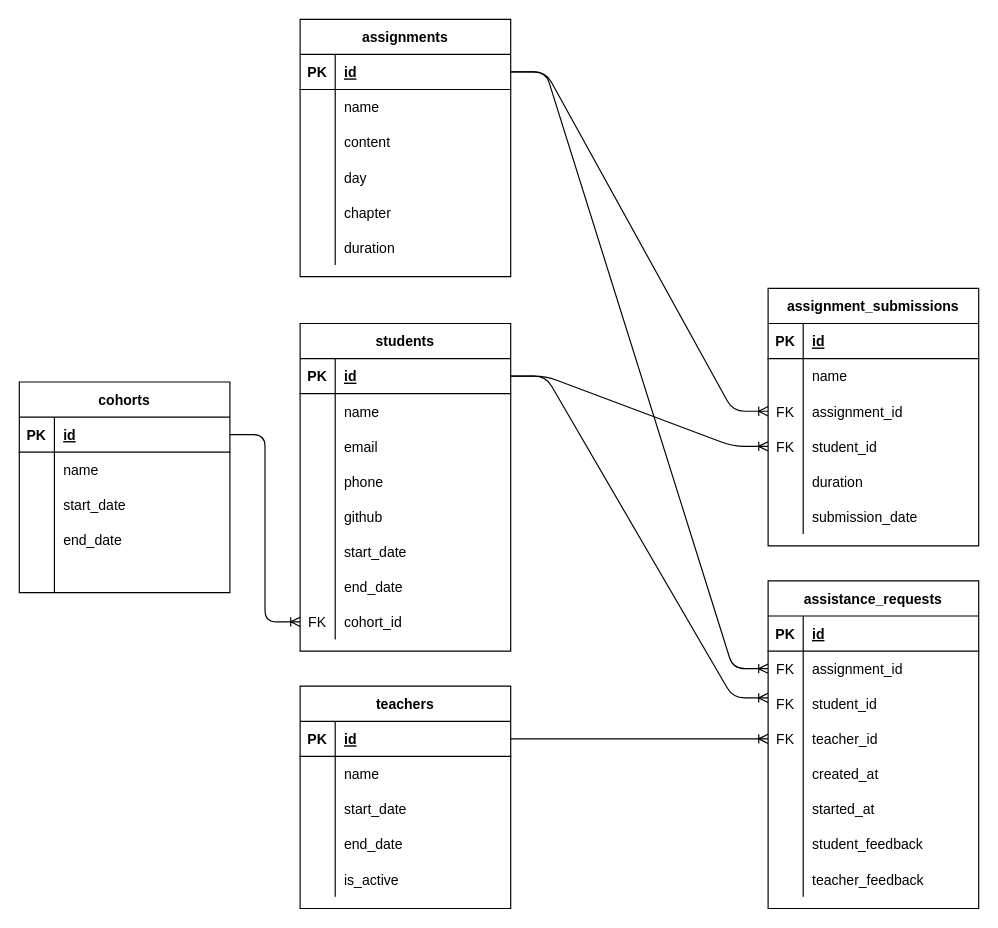
The draw.io diagram assistance requets.drawio in souredoutlook/Bootcampx, before the edit. Source tidied: cells renumbered, new cells numbered last; positions are measured from the earlier drawing's top-left corner, leaving out a move shared by most shapes. Both pictures are drawn from the tidied source at 117%, with x=0, y=0 at pixel (19, 19).
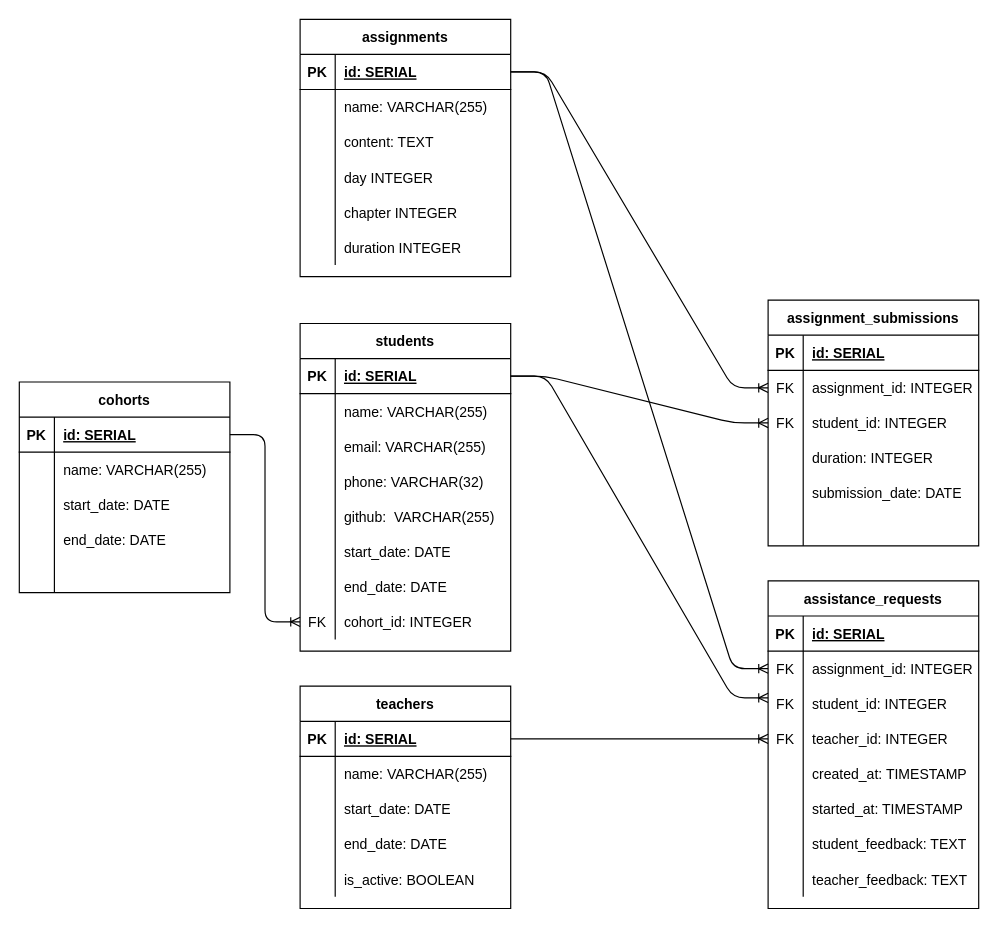
After the change.

Unchanged cells that the change refers to:
```xml
<mxCell id="4" style="shape=partialRectangle;fillColor=none;top=0;left=0;bottom=1;right=0;points=[[0,0.5],[1,0.5]];portConstraint=eastwest;" parent="3" vertex="1">
<mxCell id="7" style="shape=partialRectangle;fillColor=none;top=0;left=0;bottom=0;right=0;" parent="3" vertex="1">
<mxCell id="10" style="shape=partialRectangle;fillColor=none;top=0;left=0;bottom=0;right=0;" parent="3" vertex="1">
<mxCell id="13" style="shape=partialRectangle;fillColor=none;top=0;left=0;bottom=0;right=0;" parent="3" vertex="1">
<mxCell id="16" style="shape=partialRectangle;fillColor=none;top=0;left=0;bottom=0;right=0;" parent="3" vertex="1">
<mxCell id="20" style="shape=partialRectangle;fillColor=none;top=0;left=0;bottom=1;right=0;" parent="19" vertex="1">
<mxCell id="23" style="shape=partialRectangle;fillColor=none;top=0;left=0;bottom=0;right=0;points=[[0,0.5],[1,0.5]];portConstraint=eastwest;" parent="19" vertex="1">
<mxCell id="26" style="shape=partialRectangle;fillColor=none;top=0;left=0;bottom=0;right=0;" parent="19" vertex="1">
<mxCell id="29" style="shape=partialRectangle;fillColor=none;top=0;left=0;bottom=0;right=0;points=[[0,0.5],[1,0.5]];portConstraint=eastwest;" parent="19" vertex="1">
<mxCell id="32" style="shape=partialRectangle;fillColor=none;top=0;left=0;bottom=0;right=0;" parent="19" vertex="1">
<mxCell id="35" style="shape=partialRectangle;fillColor=none;top=0;left=0;bottom=0;right=0;" parent="19" vertex="1">
<mxCell id="38" style="shape=partialRectangle;fillColor=none;top=0;left=0;bottom=0;right=0;" parent="19" vertex="1">
<mxCell id="41" style="shape=partialRectangle;fillColor=none;top=0;left=0;bottom=0;right=0;" parent="19" vertex="1">
<mxCell id="45" style="shape=partialRectangle;fillColor=none;top=0;left=0;bottom=1;right=0;points=[[0,0.5],[1,0.5]];portConstraint=eastwest;" parent="44" vertex="1">
<mxCell id="48" style="shape=partialRectangle;fillColor=none;top=0;left=0;bottom=0;right=0;" parent="44" vertex="1">
<mxCell id="51" style="shape=partialRectangle;fillColor=none;top=0;left=0;bottom=0;right=0;" parent="44" vertex="1">
<mxCell id="54" style="shape=partialRectangle;fillColor=none;top=0;left=0;bottom=0;right=0;" parent="44" vertex="1">
<mxCell id="57" style="shape=partialRectangle;fillColor=none;top=0;left=0;bottom=0;right=0;" parent="44" vertex="1">
<mxCell id="60" style="shape=partialRectangle;fillColor=none;top=0;left=0;bottom=0;right=0;" parent="44" vertex="1">
<mxCell id="63" style="shape=partialRectangle;fillColor=none;top=0;left=0;bottom=0;right=0;" parent="44" vertex="1">
<mxCell id="66" style="shape=partialRectangle;fillColor=none;top=0;left=0;bottom=0;right=0;points=[[0,0.5],[1,0.5]];portConstraint=eastwest;" parent="44" vertex="1">
<mxCell id="70" style="shape=partialRectangle;fillColor=none;top=0;left=0;bottom=1;right=0;points=[[0,0.5],[1,0.5]];portConstraint=eastwest;" parent="69" vertex="1">
<mxCell id="73" style="shape=partialRectangle;fillColor=none;top=0;left=0;bottom=0;right=0;" parent="69" vertex="1">
<mxCell id="76" style="shape=partialRectangle;fillColor=none;top=0;left=0;bottom=0;right=0;" parent="69" vertex="1">
<mxCell id="79" style="shape=partialRectangle;fillColor=none;top=0;left=0;bottom=0;right=0;" parent="69" vertex="1">
<mxCell id="86" style="shape=partialRectangle;fillColor=none;top=0;left=0;bottom=1;right=0;points=[[0,0.5],[1,0.5]];portConstraint=eastwest;" parent="85" vertex="1">
<mxCell id="89" style="shape=partialRectangle;fillColor=none;top=0;left=0;bottom=0;right=0;" parent="85" vertex="1">
<mxCell id="92" style="shape=partialRectangle;fillColor=none;top=0;left=0;bottom=0;right=0;" parent="85" vertex="1">
<mxCell id="95" style="shape=partialRectangle;fillColor=none;top=0;left=0;bottom=0;right=0;" parent="85" vertex="1">
<mxCell id="98" style="shape=partialRectangle;fillColor=none;top=0;left=0;bottom=0;right=0;" parent="85" vertex="1">
<mxCell id="101" style="shape=partialRectangle;fillColor=none;top=0;left=0;bottom=0;right=0;" parent="85" vertex="1">
<mxCell id="105" style="shape=partialRectangle;fillColor=none;top=0;left=0;bottom=1;right=0;" parent="104" vertex="1">
<mxCell id="120" style="shape=partialRectangle;fillColor=none;top=0;left=0;bottom=0;right=0;" parent="104" vertex="1">
```

Diff of the diagram source:
```diff
@@
-    <mxCell id="6" value="id" style="shape=partialRectangle;fillColor=none;top=0;left=0;bottom=0;right=0;align=left;spacingLeft=6;fontStyle=5;overflow=hidden;" parent="4" vertex="1">
+    <mxCell id="6" value="id: SERIAL" style="shape=partialRectangle;fillColor=none;top=0;left=0;bottom=0;right=0;align=left;spacingLeft=6;fontStyle=5;overflow=hidden;" parent="4" vertex="1">
       <mxGeometry x="30" width="150" height="30" as="geometry" />
     </mxCell>
@@
-    <mxCell id="9" value="name" style="shape=partialRectangle;fillColor=none;top=0;left=0;bottom=0;right=0;align=left;spacingLeft=6;overflow=hidden;" parent="7" vertex="1">
+    <mxCell id="9" value="name: VARCHAR(255)" style="shape=partialRectangle;fillColor=none;top=0;left=0;bottom=0;right=0;align=left;spacingLeft=6;overflow=hidden;" parent="7" vertex="1">
       <mxGeometry x="30" width="150" height="30" as="geometry" />
     </mxCell>
@@
-    <mxCell id="12" value="start_date" style="shape=partialRectangle;fillColor=none;top=0;left=0;bottom=0;right=0;align=left;spacingLeft=6;overflow=hidden;" parent="10" vertex="1">
+    <mxCell id="12" value="start_date: DATE" style="shape=partialRectangle;fillColor=none;top=0;left=0;bottom=0;right=0;align=left;spacingLeft=6;overflow=hidden;" parent="10" vertex="1">
       <mxGeometry x="30" width="150" height="30" as="geometry" />
     </mxCell>
@@
-    <mxCell id="15" value="end_date" style="shape=partialRectangle;fillColor=none;top=0;left=0;bottom=0;right=0;align=left;spacingLeft=6;overflow=hidden;" parent="13" vertex="1">
+    <mxCell id="15" value="end_date: DATE" style="shape=partialRectangle;fillColor=none;top=0;left=0;bottom=0;right=0;align=left;spacingLeft=6;overflow=hidden;" parent="13" vertex="1">
       <mxGeometry x="30" width="150" height="30" as="geometry" />
     </mxCell>
@@
-    <mxCell id="18" value="is_active" style="shape=partialRectangle;fillColor=none;top=0;left=0;bottom=0;right=0;align=left;spacingLeft=6;overflow=hidden;" parent="16" vertex="1">
+    <mxCell id="18" value="is_active: BOOLEAN" style="shape=partialRectangle;fillColor=none;top=0;left=0;bottom=0;right=0;align=left;spacingLeft=6;overflow=hidden;" parent="16" vertex="1">
       <mxGeometry x="30" width="150" height="30" as="geometry" />
     </mxCell>
@@
-    <mxCell id="22" value="id" style="shape=partialRectangle;fillColor=none;top=0;left=0;bottom=0;right=0;align=left;spacingLeft=6;fontStyle=5;overflow=hidden;" parent="20" vertex="1">
+    <mxCell id="22" value="id: SERIAL" style="shape=partialRectangle;fillColor=none;top=0;left=0;bottom=0;right=0;align=left;spacingLeft=6;fontStyle=5;overflow=hidden;" parent="20" vertex="1">
       <mxGeometry x="30" width="150" height="30" as="geometry" />
     </mxCell>
@@
-    <mxCell id="25" value="assignment_id" style="shape=partialRectangle;fillColor=none;top=0;left=0;bottom=0;right=0;align=left;spacingLeft=6;overflow=hidden;" parent="23" vertex="1">
+    <mxCell id="25" value="assignment_id: INTEGER" style="shape=partialRectangle;fillColor=none;top=0;left=0;bottom=0;right=0;align=left;spacingLeft=6;overflow=hidden;" parent="23" vertex="1">
       <mxGeometry x="30" width="150" height="30" as="geometry" />
     </mxCell>
@@
-    <mxCell id="28" value="student_id" style="shape=partialRectangle;fillColor=none;top=0;left=0;bottom=0;right=0;align=left;spacingLeft=6;overflow=hidden;" parent="26" vertex="1">
+    <mxCell id="28" value="student_id: INTEGER" style="shape=partialRectangle;fillColor=none;top=0;left=0;bottom=0;right=0;align=left;spacingLeft=6;overflow=hidden;" parent="26" vertex="1">
       <mxGeometry x="30" width="150" height="30" as="geometry" />
     </mxCell>
@@
-    <mxCell id="31" value="teacher_id" style="shape=partialRectangle;fillColor=none;top=0;left=0;bottom=0;right=0;align=left;spacingLeft=6;overflow=hidden;" parent="29" vertex="1">
+    <mxCell id="31" value="teacher_id: INTEGER" style="shape=partialRectangle;fillColor=none;top=0;left=0;bottom=0;right=0;align=left;spacingLeft=6;overflow=hidden;" parent="29" vertex="1">
       <mxGeometry x="30" width="150" height="30" as="geometry" />
     </mxCell>
@@
-    <mxCell id="34" value="created_at" style="shape=partialRectangle;fillColor=none;top=0;left=0;bottom=0;right=0;align=left;spacingLeft=6;overflow=hidden;" parent="32" vertex="1">
+    <mxCell id="34" value="created_at: TIMESTAMP" style="shape=partialRectangle;fillColor=none;top=0;left=0;bottom=0;right=0;align=left;spacingLeft=6;overflow=hidden;" parent="32" vertex="1">
       <mxGeometry x="30" width="150" height="30" as="geometry" />
     </mxCell>
@@
-    <mxCell id="37" value="started_at" style="shape=partialRectangle;fillColor=none;top=0;left=0;bottom=0;right=0;align=left;spacingLeft=6;overflow=hidden;" parent="35" vertex="1">
+    <mxCell id="37" value="started_at: TIMESTAMP" style="shape=partialRectangle;fillColor=none;top=0;left=0;bottom=0;right=0;align=left;spacingLeft=6;overflow=hidden;" parent="35" vertex="1">
       <mxGeometry x="30" width="150" height="30" as="geometry" />
     </mxCell>
@@
-    <mxCell id="40" value="student_feedback" style="shape=partialRectangle;fillColor=none;top=0;left=0;bottom=0;right=0;align=left;spacingLeft=6;overflow=hidden;" parent="38" vertex="1">
+    <mxCell id="40" value="student_feedback: TEXT" style="shape=partialRectangle;fillColor=none;top=0;left=0;bottom=0;right=0;align=left;spacingLeft=6;overflow=hidden;" parent="38" vertex="1">
       <mxGeometry x="30" width="150" height="30" as="geometry" />
     </mxCell>
@@
-    <mxCell id="43" value="teacher_feedback" style="shape=partialRectangle;fillColor=none;top=0;left=0;bottom=0;right=0;align=left;spacingLeft=6;overflow=hidden;" parent="41" vertex="1">
+    <mxCell id="43" value="teacher_feedback: TEXT" style="shape=partialRectangle;fillColor=none;top=0;left=0;bottom=0;right=0;align=left;spacingLeft=6;overflow=hidden;" parent="41" vertex="1">
       <mxGeometry x="30" width="150" height="30" as="geometry" />
     </mxCell>
@@
-    <mxCell id="47" value="id" style="shape=partialRectangle;fillColor=none;top=0;left=0;bottom=0;right=0;align=left;spacingLeft=6;fontStyle=5;overflow=hidden;" parent="45" vertex="1">
+    <mxCell id="47" value="id: SERIAL" style="shape=partialRectangle;fillColor=none;top=0;left=0;bottom=0;right=0;align=left;spacingLeft=6;fontStyle=5;overflow=hidden;" parent="45" vertex="1">
       <mxGeometry x="30" width="150" height="30" as="geometry" />
     </mxCell>
@@
-    <mxCell id="50" value="name" style="shape=partialRectangle;fillColor=none;top=0;left=0;bottom=0;right=0;align=left;spacingLeft=6;overflow=hidden;" parent="48" vertex="1">
+    <mxCell id="50" value="name: VARCHAR(255)" style="shape=partialRectangle;fillColor=none;top=0;left=0;bottom=0;right=0;align=left;spacingLeft=6;overflow=hidden;" parent="48" vertex="1">
       <mxGeometry x="30" width="150" height="30" as="geometry" />
     </mxCell>
@@
-    <mxCell id="53" value="email" style="shape=partialRectangle;fillColor=none;top=0;left=0;bottom=0;right=0;align=left;spacingLeft=6;overflow=hidden;" parent="51" vertex="1">
+    <mxCell id="53" value="email: VARCHAR(255)" style="shape=partialRectangle;fillColor=none;top=0;left=0;bottom=0;right=0;align=left;spacingLeft=6;overflow=hidden;" parent="51" vertex="1">
       <mxGeometry x="30" width="150" height="30" as="geometry" />
     </mxCell>
@@
-    <mxCell id="56" value="phone" style="shape=partialRectangle;fillColor=none;top=0;left=0;bottom=0;right=0;align=left;spacingLeft=6;overflow=hidden;" parent="54" vertex="1">
+    <mxCell id="56" value="phone:  VARCHAR(32)" style="shape=partialRectangle;fillColor=none;top=0;left=0;bottom=0;right=0;align=left;spacingLeft=6;overflow=hidden;" parent="54" vertex="1">
       <mxGeometry x="30" width="150" height="30" as="geometry" />
     </mxCell>
@@
-    <mxCell id="59" value="github" style="shape=partialRectangle;fillColor=none;top=0;left=0;bottom=0;right=0;align=left;spacingLeft=6;overflow=hidden;" parent="57" vertex="1">
+    <mxCell id="59" value="github:  VARCHAR(255)" style="shape=partialRectangle;fillColor=none;top=0;left=0;bottom=0;right=0;align=left;spacingLeft=6;overflow=hidden;" parent="57" vertex="1">
       <mxGeometry x="30" width="150" height="30" as="geometry" />
     </mxCell>
@@
-    <mxCell id="62" value="start_date" style="shape=partialRectangle;fillColor=none;top=0;left=0;bottom=0;right=0;align=left;spacingLeft=6;overflow=hidden;" parent="60" vertex="1">
+    <mxCell id="62" value="start_date: DATE" style="shape=partialRectangle;fillColor=none;top=0;left=0;bottom=0;right=0;align=left;spacingLeft=6;overflow=hidden;" parent="60" vertex="1">
       <mxGeometry x="30" width="150" height="30" as="geometry" />
     </mxCell>
@@
-    <mxCell id="65" value="end_date" style="shape=partialRectangle;fillColor=none;top=0;left=0;bottom=0;right=0;align=left;spacingLeft=6;overflow=hidden;" parent="63" vertex="1">
+    <mxCell id="65" value="end_date: DATE" style="shape=partialRectangle;fillColor=none;top=0;left=0;bottom=0;right=0;align=left;spacingLeft=6;overflow=hidden;" parent="63" vertex="1">
       <mxGeometry x="30" width="150" height="30" as="geometry" />
     </mxCell>
@@
-    <mxCell id="68" value="cohort_id" style="shape=partialRectangle;fillColor=none;top=0;left=0;bottom=0;right=0;align=left;spacingLeft=6;overflow=hidden;" parent="66" vertex="1">
+    <mxCell id="68" value="cohort_id: INTEGER" style="shape=partialRectangle;fillColor=none;top=0;left=0;bottom=0;right=0;align=left;spacingLeft=6;overflow=hidden;" parent="66" vertex="1">
       <mxGeometry x="30" width="150" height="30" as="geometry" />
     </mxCell>
@@
-    <mxCell id="72" value="id" style="shape=partialRectangle;fillColor=none;top=0;left=0;bottom=0;right=0;align=left;spacingLeft=6;fontStyle=5;overflow=hidden;" parent="70" vertex="1">
+    <mxCell id="72" value="id: SERIAL" style="shape=partialRectangle;fillColor=none;top=0;left=0;bottom=0;right=0;align=left;spacingLeft=6;fontStyle=5;overflow=hidden;" parent="70" vertex="1">
       <mxGeometry x="30" width="150" height="30" as="geometry" />
     </mxCell>
@@
-    <mxCell id="75" value="name" style="shape=partialRectangle;fillColor=none;top=0;left=0;bottom=0;right=0;align=left;spacingLeft=6;overflow=hidden;" parent="73" vertex="1">
+    <mxCell id="75" value="name:  VARCHAR(255)" style="shape=partialRectangle;fillColor=none;top=0;left=0;bottom=0;right=0;align=left;spacingLeft=6;overflow=hidden;" parent="73" vertex="1">
       <mxGeometry x="30" width="150" height="30" as="geometry" />
     </mxCell>
@@
-    <mxCell id="78" value="start_date" style="shape=partialRectangle;fillColor=none;top=0;left=0;bottom=0;right=0;align=left;spacingLeft=6;overflow=hidden;" parent="76" vertex="1">
+    <mxCell id="78" value="start_date: DATE" style="shape=partialRectangle;fillColor=none;top=0;left=0;bottom=0;right=0;align=left;spacingLeft=6;overflow=hidden;" parent="76" vertex="1">
       <mxGeometry x="30" width="150" height="30" as="geometry" />
     </mxCell>
@@
-    <mxCell id="81" value="end_date" style="shape=partialRectangle;fillColor=none;top=0;left=0;bottom=0;right=0;align=left;spacingLeft=6;overflow=hidden;" parent="79" vertex="1">
+    <mxCell id="81" value="end_date: DATE" style="shape=partialRectangle;fillColor=none;top=0;left=0;bottom=0;right=0;align=left;spacingLeft=6;overflow=hidden;" parent="79" vertex="1">
       <mxGeometry x="30" width="150" height="30" as="geometry" />
     </mxCell>
@@
-    <mxCell id="88" value="id" style="shape=partialRectangle;fillColor=none;top=0;left=0;bottom=0;right=0;align=left;spacingLeft=6;fontStyle=5;overflow=hidden;" parent="86" vertex="1">
+    <mxCell id="88" value="id: SERIAL" style="shape=partialRectangle;fillColor=none;top=0;left=0;bottom=0;right=0;align=left;spacingLeft=6;fontStyle=5;overflow=hidden;" parent="86" vertex="1">
       <mxGeometry x="30" width="150" height="30" as="geometry" />
     </mxCell>
@@
-    <mxCell id="91" value="name" style="shape=partialRectangle;fillColor=none;top=0;left=0;bottom=0;right=0;align=left;spacingLeft=6;overflow=hidden;" parent="89" vertex="1">
+    <mxCell id="91" value="name: VARCHAR(255)" style="shape=partialRectangle;fillColor=none;top=0;left=0;bottom=0;right=0;align=left;spacingLeft=6;overflow=hidden;" parent="89" vertex="1">
       <mxGeometry x="30" width="150" height="30" as="geometry" />
     </mxCell>
@@
-    <mxCell id="94" value="content" style="shape=partialRectangle;fillColor=none;top=0;left=0;bottom=0;right=0;align=left;spacingLeft=6;overflow=hidden;" parent="92" vertex="1">
+    <mxCell id="94" value="content: TEXT" style="shape=partialRectangle;fillColor=none;top=0;left=0;bottom=0;right=0;align=left;spacingLeft=6;overflow=hidden;" parent="92" vertex="1">
       <mxGeometry x="30" width="150" height="30" as="geometry" />
     </mxCell>
@@
-    <mxCell id="97" value="day" style="shape=partialRectangle;fillColor=none;top=0;left=0;bottom=0;right=0;align=left;spacingLeft=6;overflow=hidden;" parent="95" vertex="1">
+    <mxCell id="97" value="day INTEGER" style="shape=partialRectangle;fillColor=none;top=0;left=0;bottom=0;right=0;align=left;spacingLeft=6;overflow=hidden;" parent="95" vertex="1">
       <mxGeometry x="30" width="150" height="30" as="geometry" />
     </mxCell>
@@
-    <mxCell id="100" value="chapter" style="shape=partialRectangle;fillColor=none;top=0;left=0;bottom=0;right=0;align=left;spacingLeft=6;overflow=hidden;" parent="98" vertex="1">
+    <mxCell id="100" value="chapter INTEGER" style="shape=partialRectangle;fillColor=none;top=0;left=0;bottom=0;right=0;align=left;spacingLeft=6;overflow=hidden;" parent="98" vertex="1">
       <mxGeometry x="30" width="150" height="30" as="geometry" />
     </mxCell>
@@
-    <mxCell id="103" value="duration" style="shape=partialRectangle;fillColor=none;top=0;left=0;bottom=0;right=0;align=left;spacingLeft=6;overflow=hidden;" parent="101" vertex="1">
+    <mxCell id="103" value="duration INTEGER" style="shape=partialRectangle;fillColor=none;top=0;left=0;bottom=0;right=0;align=left;spacingLeft=6;overflow=hidden;" parent="101" vertex="1">
       <mxGeometry x="30" width="150" height="30" as="geometry" />
     </mxCell>
     <mxCell id="104" value="assignment_submissions" style="shape=table;startSize=30;childLayout=tableLayout;rowLines=0;fontStyle=1;align=center;" parent="1" vertex="1">
-      <mxGeometry x="640" y="230" width="180" height="220" as="geometry" />
+      <mxGeometry x="640" y="240" width="180" height="210" as="geometry" />
     </mxCell>
@@
-    <mxCell id="107" value="id" style="shape=partialRectangle;fillColor=none;top=0;left=0;bottom=0;right=0;align=left;spacingLeft=6;fontStyle=5;overflow=hidden;" parent="105" vertex="1">
+    <mxCell id="107" value="id: SERIAL" style="shape=partialRectangle;fillColor=none;top=0;left=0;bottom=0;right=0;align=left;spacingLeft=6;fontStyle=5;overflow=hidden;" parent="105" vertex="1">
       <mxGeometry x="30" width="150" height="30" as="geometry" />
     </mxCell>
-    <mxCell id="108" style="shape=partialRectangle;fillColor=none;top=0;left=0;bottom=0;right=0;" parent="104" vertex="1">
-      <mxGeometry y="60" width="180" height="30" as="geometry" />
-    </mxCell>
-    <mxCell id="109" style="shape=partialRectangle;fillColor=none;top=0;left=0;bottom=0;right=0;overflow=hidden;" parent="108" vertex="1">
-      <mxGeometry width="30" height="30" as="geometry" />
-    </mxCell>
-    <mxCell id="110" value="name" style="shape=partialRectangle;fillColor=none;top=0;left=0;bottom=0;right=0;align=left;spacingLeft=6;overflow=hidden;" parent="108" vertex="1">
-      <mxGeometry x="30" width="150" height="30" as="geometry" />
-    </mxCell>
     <mxCell id="111" style="shape=partialRectangle;fillColor=none;top=0;left=0;bottom=0;right=0;points=[[0,0.5],[1,0.5]];portConstraint=eastwest;" parent="104" vertex="1">
-      <mxGeometry y="90" width="180" height="30" as="geometry" />
+      <mxGeometry y="60" width="180" height="30" as="geometry" />
     </mxCell>
@@
-    <mxCell id="113" value="assignment_id" style="shape=partialRectangle;fillColor=none;top=0;left=0;bottom=0;right=0;align=left;spacingLeft=6;overflow=hidden;" parent="111" vertex="1">
+    <mxCell id="113" value="assignment_id: INTEGER" style="shape=partialRectangle;fillColor=none;top=0;left=0;bottom=0;right=0;align=left;spacingLeft=6;overflow=hidden;" parent="111" vertex="1">
       <mxGeometry x="30" width="150" height="30" as="geometry" />
     </mxCell>
     <mxCell id="114" style="shape=partialRectangle;fillColor=none;top=0;left=0;bottom=0;right=0;points=[[0,0.5],[1,0.5]];portConstraint=eastwest;" parent="104" vertex="1">
-      <mxGeometry y="120" width="180" height="30" as="geometry" />
+      <mxGeometry y="90" width="180" height="30" as="geometry" />
     </mxCell>
@@
-    <mxCell id="116" value="student_id" style="shape=partialRectangle;fillColor=none;top=0;left=0;bottom=0;right=0;align=left;spacingLeft=6;overflow=hidden;" parent="114" vertex="1">
+    <mxCell id="116" value="student_id: INTEGER" style="shape=partialRectangle;fillColor=none;top=0;left=0;bottom=0;right=0;align=left;spacingLeft=6;overflow=hidden;" parent="114" vertex="1">
       <mxGeometry x="30" width="150" height="30" as="geometry" />
     </mxCell>
     <mxCell id="117" style="shape=partialRectangle;fillColor=none;top=0;left=0;bottom=0;right=0;" parent="104" vertex="1">
-      <mxGeometry y="150" width="180" height="30" as="geometry" />
+      <mxGeometry y="120" width="180" height="30" as="geometry" />
     </mxCell>
@@
-    <mxCell id="119" value="duration" style="shape=partialRectangle;fillColor=none;top=0;left=0;bottom=0;right=0;align=left;spacingLeft=6;overflow=hidden;" parent="117" vertex="1">
+    <mxCell id="119" value="duration: INTEGER" style="shape=partialRectangle;fillColor=none;top=0;left=0;bottom=0;right=0;align=left;spacingLeft=6;overflow=hidden;" parent="117" vertex="1">
       <mxGeometry x="30" width="150" height="30" as="geometry" />
     </mxCell>
+    <mxCell id="108" style="shape=partialRectangle;fillColor=none;top=0;left=0;bottom=0;right=0;" parent="104" vertex="1">
+      <mxGeometry y="150" width="180" height="30" as="geometry" />
+    </mxCell>
+    <mxCell id="109" style="shape=partialRectangle;fillColor=none;top=0;left=0;bottom=0;right=0;overflow=hidden;" parent="108" vertex="1">
+      <mxGeometry width="30" height="30" as="geometry" />
+    </mxCell>
+    <mxCell id="110" value="submission_date: DATE" style="shape=partialRectangle;fillColor=none;top=0;left=0;bottom=0;right=0;align=left;spacingLeft=6;overflow=hidden;" parent="108" vertex="1">
+      <mxGeometry x="30" width="150" height="30" as="geometry" />
+    </mxCell>
@@
-    <mxCell id="122" value="submission_date" style="shape=partialRectangle;fillColor=none;top=0;left=0;bottom=0;right=0;align=left;spacingLeft=6;overflow=hidden;" parent="120" vertex="1">
+    <mxCell id="122" style="shape=partialRectangle;fillColor=none;top=0;left=0;bottom=0;right=0;align=left;spacingLeft=6;overflow=hidden;" parent="120" vertex="1">
       <mxGeometry x="30" width="150" height="30" as="geometry" />
     </mxCell>
@@
-    <mxCell id="125" style="edgeStyle=entityRelationEdgeStyle;fontSize=12;html=1;endArrow=ERoneToMany;exitX=1;exitY=0.5;exitDx=0;exitDy=0;" parent="1" edge="1" source="45">
-      <mxGeometry relative="1" as="geometry">
-        <mxPoint x="640" y="365" as="targetPoint" />
-      </mxGeometry>
+    <mxCell id="125" style="edgeStyle=entityRelationEdgeStyle;fontSize=12;html=1;endArrow=ERoneToMany;exitX=1;exitY=0.5;exitDx=0;exitDy=0;entryX=0;entryY=0.5;entryDx=0;entryDy=0;" parent="1" edge="1" source="45" target="114">
+      <mxGeometry relative="1" as="geometry" />
     </mxCell>
```
